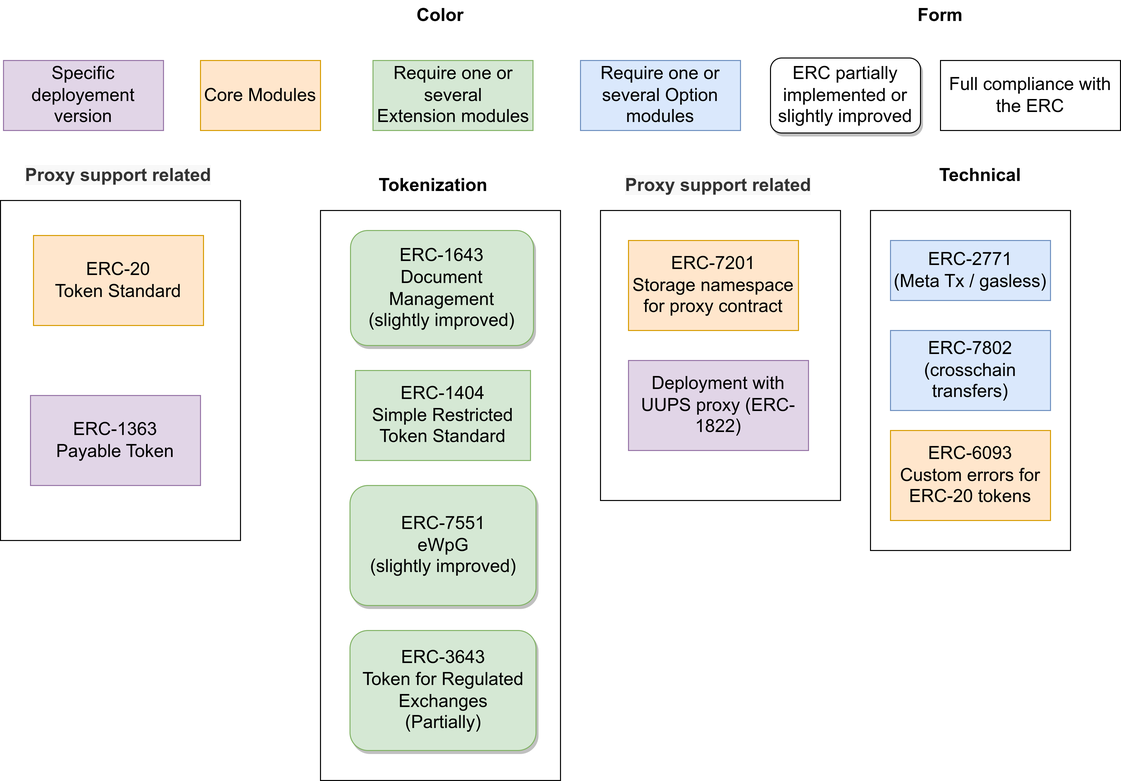
CMTA/CMTAT keeps this draw.io diagram as doc/schema/drawio/architecture-ERC.drawio.png. Above is the earlier version. Source tidied: cells renumbered, new cells last; positions are measured from the earlier drawing's top-left corner, leaving out a move shared by most shapes.
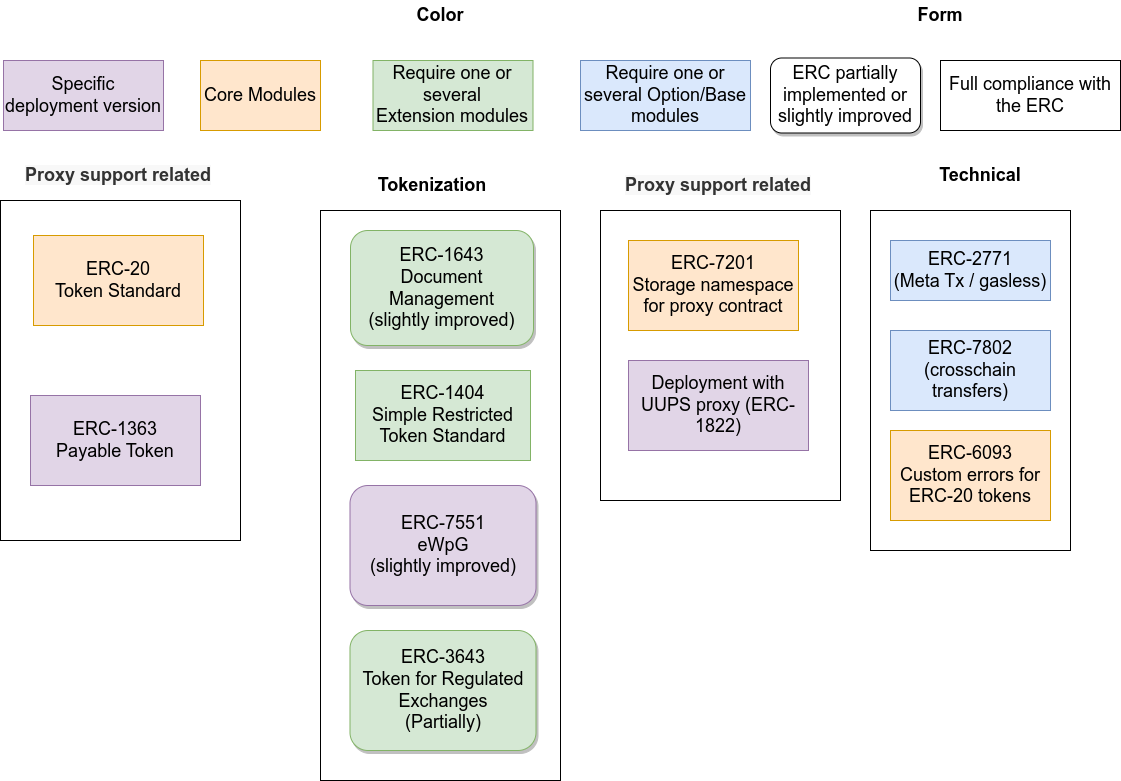
Above is the later version.

Change to the diagram source:
```diff
@@ -53,14 +53,14 @@
     <mxCell id="18" value="Core Modules" style="rounded=0;whiteSpace=wrap;html=1;fontSize=18;fillColor=#ffe6cc;strokeColor=#d79b00;" parent="1" vertex="1">
       <mxGeometry x="200" y="60" width="120" height="70" as="geometry" />
     </mxCell>
-    <mxCell id="19" value="Specific deployement version" style="rounded=0;whiteSpace=wrap;html=1;fontSize=18;fillColor=#e1d5e7;strokeColor=#9673a6;" parent="1" vertex="1">
+    <mxCell id="19" value="Specific deployment version" style="rounded=0;whiteSpace=wrap;html=1;fontSize=18;fillColor=#e1d5e7;strokeColor=#9673a6;" parent="1" vertex="1">
       <mxGeometry x="3" y="60" width="160" height="70" as="geometry" />
     </mxCell>
     <mxCell id="20" value="Require one or several&lt;br&gt;Extension modules" style="rounded=0;whiteSpace=wrap;html=1;fontSize=18;fillColor=#d5e8d4;strokeColor=#82b366;" parent="1" vertex="1">
       <mxGeometry x="372.5" y="60" width="160" height="70" as="geometry" />
     </mxCell>
-    <mxCell id="21" value="Require one or several Option modules" style="rounded=0;whiteSpace=wrap;html=1;fontSize=18;fillColor=#dae8fc;strokeColor=#6c8ebf;" parent="1" vertex="1">
-      <mxGeometry x="580" y="60" width="160" height="70" as="geometry" />
+    <mxCell id="21" value="Require one or several Option/Base modules" style="rounded=0;whiteSpace=wrap;html=1;fontSize=18;fillColor=#dae8fc;strokeColor=#6c8ebf;" parent="1" vertex="1">
+      <mxGeometry x="580" y="60" width="170" height="70" as="geometry" />
     </mxCell>
     <mxCell id="22" value="&lt;font style=&quot;font-size: 18px;&quot;&gt;ERC partially implemented or slightly improved&lt;/font&gt;" style="rounded=1;whiteSpace=wrap;html=1;glass=0;sketch=0;shadow=1;" parent="1" vertex="1">
       <mxGeometry x="770" y="57.5" width="150" height="75" as="geometry" />
@@ -74,7 +74,7 @@
     <mxCell id="25" value="&lt;font style=&quot;font-size: 18px;&quot;&gt;ERC-3643&lt;br&gt;Token for Regulated Exchanges&lt;br&gt;(Partially)&lt;/font&gt;" style="rounded=1;whiteSpace=wrap;html=1;glass=0;sketch=0;shadow=1;fillColor=#d5e8d4;strokeColor=#82b366;" parent="1" vertex="1">
       <mxGeometry x="349.5" y="630" width="186" height="120" as="geometry" />
     </mxCell>
-    <mxCell id="26" value="&lt;span style=&quot;font-size: 18px;&quot;&gt;ERC-7551&lt;/span&gt;&lt;br style=&quot;font-size: 18px;&quot;&gt;&lt;span style=&quot;font-size: 18px;&quot;&gt;eWpG&lt;/span&gt;&lt;br style=&quot;font-size: 18px;&quot;&gt;&lt;span style=&quot;font-size: 18px;&quot;&gt;(slightly improved)&lt;/span&gt;" style="rounded=1;whiteSpace=wrap;html=1;glass=0;sketch=0;shadow=1;fillColor=#d5e8d4;strokeColor=#82b366;" parent="1" vertex="1">
+    <mxCell id="26" value="&lt;span style=&quot;font-size: 18px;&quot;&gt;ERC-7551&lt;/span&gt;&lt;br style=&quot;font-size: 18px;&quot;&gt;&lt;span style=&quot;font-size: 18px;&quot;&gt;eWpG&lt;/span&gt;&lt;br style=&quot;font-size: 18px;&quot;&gt;&lt;span style=&quot;font-size: 18px;&quot;&gt;(slightly improved)&lt;/span&gt;" style="rounded=1;whiteSpace=wrap;html=1;glass=0;sketch=0;shadow=1;fillColor=#e1d5e7;strokeColor=#9673a6;" parent="1" vertex="1">
       <mxGeometry x="349.5" y="485" width="186" height="120" as="geometry" />
     </mxCell>
     <mxCell id="27" value="Color" style="text;html=1;strokeColor=none;fillColor=none;align=center;verticalAlign=middle;whiteSpace=wrap;rounded=0;shadow=1;glass=0;sketch=0;fontSize=18;fontStyle=1;" parent="1" vertex="1">
```
